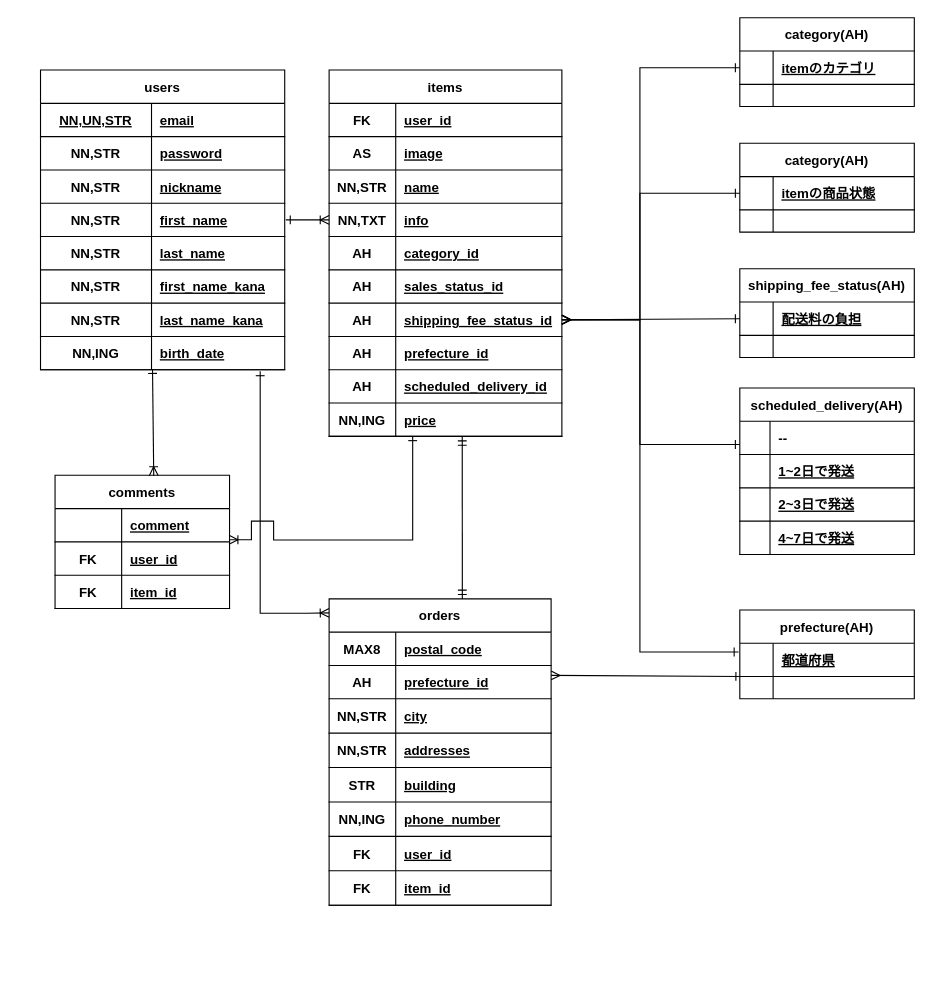
Earlier version of the draw.io diagram ER図.dio (cwarlen-dice/furima-35518). Source tidied: cells renumbered, new cells numbered last; positions are measured from the earlier drawing's top-left corner, leaving out a move shared by most shapes. Both pictures are drawn from the tidied source at 111%, with x=0, y=0 at pixel (40, 18).
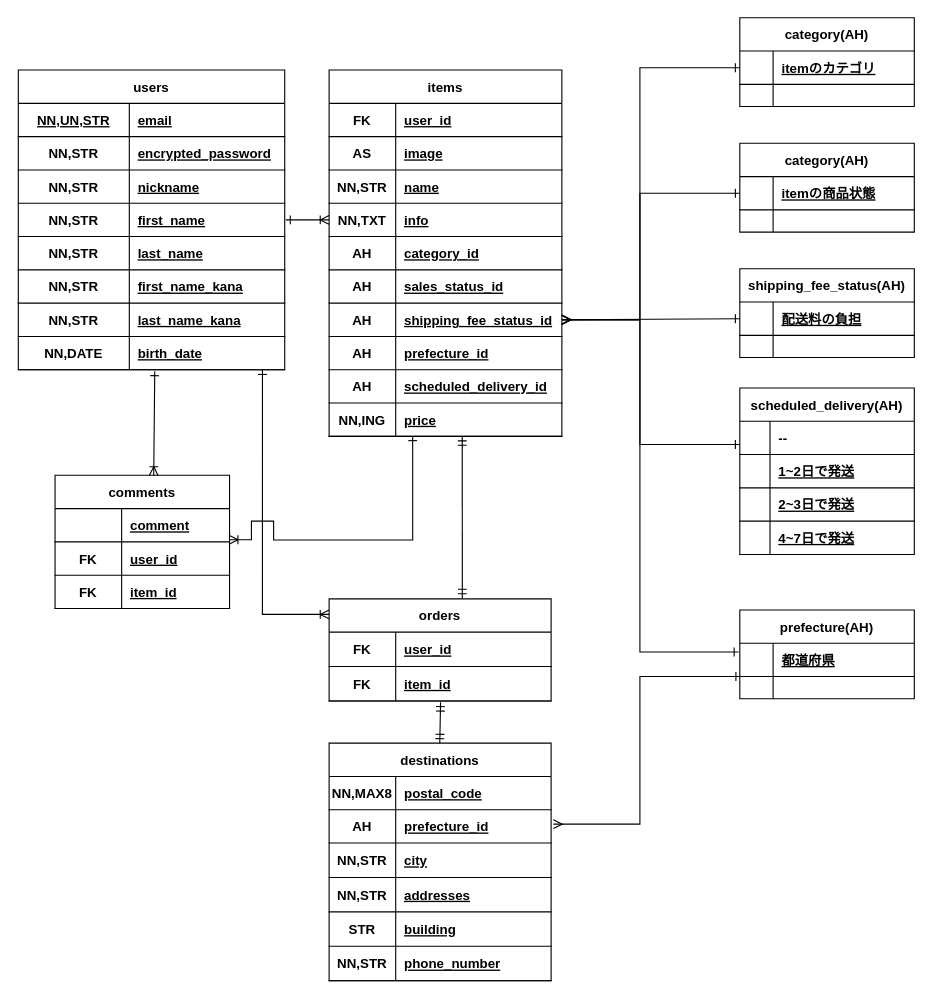
The same page after the edit.

Commit message (it also covers changes not shown here):
データベース設計、修正1

The change refers to these unchanged cells:
```xml
<mxCell id="77" style="shape=partialRectangle;fillColor=none;top=0;left=0;bottom=1;right=0;points=[[0,0.5],[1,0.5]];portConstraint=eastwest;" parent="76" vertex="1">
  <mxGeometry y="30" width="157.2" height="30" as="geometry" />
</mxCell>
```

Diff of the diagram source:
```diff
@@
     <mxCell id="2" value="users" style="shape=table;startSize=30;childLayout=tableLayout;rowLines=0;fontStyle=1;align=center;" parent="1" vertex="1">
-      <mxGeometry y="46.6" width="220" height="270" as="geometry" />
+      <mxGeometry x="-20" y="46.6" width="240" height="270" as="geometry" />
     </mxCell>
     <mxCell id="3" style="shape=partialRectangle;fillColor=none;top=0;left=0;bottom=1;right=0;perimeterSpacing=1;" parent="2" vertex="1">
-      <mxGeometry y="30" width="220" height="30" as="geometry" />
+      <mxGeometry y="30" width="240" height="30" as="geometry" />
     </mxCell>
@@
     <mxCell id="5" value="email" style="shape=partialRectangle;fillColor=none;top=0;left=0;bottom=0;right=0;align=left;spacingLeft=6;fontStyle=5;overflow=hidden;" parent="3" vertex="1">
-      <mxGeometry x="100" width="120" height="30" as="geometry" />
+      <mxGeometry x="100" width="140" height="30" as="geometry" />
     </mxCell>
     <mxCell id="6" style="shape=partialRectangle;fillColor=none;top=0;left=0;bottom=1;right=0;perimeterSpacing=1;" parent="2" vertex="1">
-      <mxGeometry y="60" width="220" height="30" as="geometry" />
+      <mxGeometry y="60" width="240" height="30" as="geometry" />
     </mxCell>
@@
-    <mxCell id="8" value="password" style="shape=partialRectangle;fillColor=none;top=0;left=0;bottom=0;right=0;align=left;spacingLeft=6;fontStyle=5;overflow=hidden;" parent="6" vertex="1">
-      <mxGeometry x="100" width="120" height="30" as="geometry" />
+    <mxCell id="8" value="encrypted_password" style="shape=partialRectangle;fillColor=none;top=0;left=0;bottom=0;right=0;align=left;spacingLeft=6;fontStyle=5;overflow=hidden;" parent="6" vertex="1">
+      <mxGeometry x="100" width="140" height="30" as="geometry" />
     </mxCell>
     <mxCell id="9" style="shape=partialRectangle;fillColor=none;top=0;left=0;bottom=1;right=0;perimeterSpacing=1;" parent="2" vertex="1">
-      <mxGeometry y="90" width="220" height="30" as="geometry" />
+      <mxGeometry y="90" width="240" height="30" as="geometry" />
     </mxCell>
@@
     <mxCell id="11" value="nickname" style="shape=partialRectangle;fillColor=none;top=0;left=0;bottom=0;right=0;align=left;spacingLeft=6;fontStyle=5;overflow=hidden;" parent="9" vertex="1">
-      <mxGeometry x="100" width="120" height="30" as="geometry" />
+      <mxGeometry x="100" width="140" height="30" as="geometry" />
     </mxCell>
     <mxCell id="12" style="shape=partialRectangle;fillColor=none;top=0;left=0;bottom=1;right=0;points=[[0,0.5],[1,0.5]];portConstraint=eastwest;perimeterSpacing=1;" parent="2" vertex="1">
-      <mxGeometry y="120" width="220" height="30" as="geometry" />
+      <mxGeometry y="120" width="240" height="30" as="geometry" />
     </mxCell>
@@
     <mxCell id="14" value="first_name" style="shape=partialRectangle;fillColor=none;top=0;left=0;bottom=0;right=0;align=left;spacingLeft=6;fontStyle=5;overflow=hidden;" parent="12" vertex="1">
-      <mxGeometry x="100" width="120" height="30" as="geometry" />
+      <mxGeometry x="100" width="140" height="30" as="geometry" />
     </mxCell>
     <mxCell id="15" style="shape=partialRectangle;fillColor=none;top=0;left=0;bottom=1;right=0;perimeterSpacing=1;" parent="2" vertex="1">
-      <mxGeometry y="150" width="220" height="30" as="geometry" />
+      <mxGeometry y="150" width="240" height="30" as="geometry" />
     </mxCell>
@@
     <mxCell id="17" value="last_name" style="shape=partialRectangle;fillColor=none;top=0;left=0;bottom=0;right=0;align=left;spacingLeft=6;fontStyle=5;overflow=hidden;" parent="15" vertex="1">
-      <mxGeometry x="100" width="120" height="30" as="geometry" />
+      <mxGeometry x="100" width="140" height="30" as="geometry" />
     </mxCell>
     <mxCell id="18" style="shape=partialRectangle;fillColor=none;top=0;left=0;bottom=1;right=0;perimeterSpacing=1;" parent="2" vertex="1">
-      <mxGeometry y="180" width="220" height="30" as="geometry" />
+      <mxGeometry y="180" width="240" height="30" as="geometry" />
     </mxCell>
@@
     <mxCell id="20" value="first_name_kana" style="shape=partialRectangle;fillColor=none;top=0;left=0;bottom=0;right=0;align=left;spacingLeft=6;fontStyle=5;overflow=hidden;" parent="18" vertex="1">
-      <mxGeometry x="100" width="120" height="30" as="geometry" />
+      <mxGeometry x="100" width="140" height="30" as="geometry" />
     </mxCell>
     <mxCell id="21" style="shape=partialRectangle;fillColor=none;top=0;left=0;bottom=1;right=0;perimeterSpacing=1;" parent="2" vertex="1">
-      <mxGeometry y="210" width="220" height="30" as="geometry" />
+      <mxGeometry y="210" width="240" height="30" as="geometry" />
     </mxCell>
@@
     <mxCell id="23" value="last_name_kana" style="shape=partialRectangle;fillColor=none;top=0;left=0;bottom=0;right=0;align=left;spacingLeft=6;fontStyle=5;overflow=hidden;" parent="21" vertex="1">
-      <mxGeometry x="100" width="120" height="30" as="geometry" />
+      <mxGeometry x="100" width="140" height="30" as="geometry" />
     </mxCell>
     <mxCell id="24" style="shape=partialRectangle;fillColor=none;top=0;left=0;bottom=1;right=0;points=[[0,0.5],[1,0.5]];portConstraint=eastwest;perimeterSpacing=1;" parent="2" vertex="1">
-      <mxGeometry y="240" width="220" height="30" as="geometry" />
+      <mxGeometry y="240" width="240" height="30" as="geometry" />
     </mxCell>
-    <mxCell id="25" value="NN,ING" style="shape=partialRectangle;fillColor=none;top=0;left=0;bottom=0;right=0;fontStyle=1;overflow=hidden;" parent="24" vertex="1">
+    <mxCell id="25" value="NN,DATE" style="shape=partialRectangle;fillColor=none;top=0;left=0;bottom=0;right=0;fontStyle=1;overflow=hidden;" parent="24" vertex="1">
       <mxGeometry width="100" height="30" as="geometry" />
     </mxCell>
     <mxCell id="26" value="birth_date" style="shape=partialRectangle;fillColor=none;top=0;left=0;bottom=0;right=0;align=left;spacingLeft=6;fontStyle=5;overflow=hidden;" parent="24" vertex="1">
-      <mxGeometry x="100" width="120" height="30" as="geometry" />
+      <mxGeometry x="100" width="140" height="30" as="geometry" />
     </mxCell>
@@
     <mxCell id="115" value="orders" style="shape=table;startSize=30;childLayout=tableLayout;rowLines=0;fontStyle=1;align=center;perimeterSpacing=1;" parent="1" vertex="1">
-      <mxGeometry x="260" y="523" width="200" height="276" as="geometry" />
+      <mxGeometry x="260" y="523" width="200" height="92" as="geometry" />
     </mxCell>
-    <mxCell id="116" style="shape=partialRectangle;fillColor=none;top=0;left=0;bottom=1;right=0;" parent="115" vertex="1">
-      <mxGeometry y="30" width="200" height="30" as="geometry" />
-    </mxCell>
-    <mxCell id="117" value="MAX8" style="shape=partialRectangle;fillColor=none;top=0;left=0;bottom=0;right=0;fontStyle=1;overflow=hidden;" parent="116" vertex="1">
-      <mxGeometry width="60" height="30" as="geometry" />
-    </mxCell>
-    <mxCell id="118" value="postal_code" style="shape=partialRectangle;fillColor=none;top=0;left=0;bottom=0;right=0;align=left;spacingLeft=6;fontStyle=5;overflow=hidden;" parent="116" vertex="1">
-      <mxGeometry x="60" width="140" height="30" as="geometry" />
-    </mxCell>
-    <mxCell id="119" style="shape=partialRectangle;fillColor=none;top=0;left=0;bottom=1;right=0;points=[[0,0.5],[1,0.5]];portConstraint=eastwest;" parent="115" vertex="1">
-      <mxGeometry y="60" width="200" height="30" as="geometry" />
-    </mxCell>
-    <mxCell id="120" value="AH" style="shape=partialRectangle;fillColor=none;top=0;left=0;bottom=0;right=0;fontStyle=1;overflow=hidden;" parent="119" vertex="1">
-      <mxGeometry width="60" height="30" as="geometry" />
-    </mxCell>
-    <mxCell id="121" value="prefecture_id" style="shape=partialRectangle;fillColor=none;top=0;left=0;bottom=0;right=0;align=left;spacingLeft=6;fontStyle=5;overflow=hidden;" parent="119" vertex="1">
-      <mxGeometry x="60" width="140" height="30" as="geometry" />
-    </mxCell>
-    <mxCell id="122" style="shape=partialRectangle;fillColor=none;top=0;left=0;bottom=1;right=0;" parent="115" vertex="1">
-      <mxGeometry y="90" width="200" height="31" as="geometry" />
-    </mxCell>
-    <mxCell id="123" value="NN,STR" style="shape=partialRectangle;fillColor=none;top=0;left=0;bottom=0;right=0;fontStyle=1;overflow=hidden;" parent="122" vertex="1">
-      <mxGeometry width="60" height="31" as="geometry" />
-    </mxCell>
-    <mxCell id="124" value="city" style="shape=partialRectangle;fillColor=none;top=0;left=0;bottom=0;right=0;align=left;spacingLeft=6;fontStyle=5;overflow=hidden;" parent="122" vertex="1">
-      <mxGeometry x="60" width="140" height="31" as="geometry" />
-    </mxCell>
-    <mxCell id="125" style="shape=partialRectangle;fillColor=none;top=0;left=0;bottom=1;right=0;" parent="115" vertex="1">
-      <mxGeometry y="121" width="200" height="31" as="geometry" />
-    </mxCell>
-    <mxCell id="126" value="NN,STR" style="shape=partialRectangle;fillColor=none;top=0;left=0;bottom=0;right=0;fontStyle=1;overflow=hidden;" parent="125" vertex="1">
-      <mxGeometry width="60" height="31" as="geometry" />
-    </mxCell>
-    <mxCell id="127" value="addresses" style="shape=partialRectangle;fillColor=none;top=0;left=0;bottom=0;right=0;align=left;spacingLeft=6;fontStyle=5;overflow=hidden;" parent="125" vertex="1">
-      <mxGeometry x="60" width="140" height="31" as="geometry" />
-    </mxCell>
-    <mxCell id="128" style="shape=partialRectangle;fillColor=none;top=0;left=0;bottom=1;right=0;" parent="115" vertex="1">
-      <mxGeometry y="152" width="200" height="31" as="geometry" />
-    </mxCell>
-    <mxCell id="129" value="STR" style="shape=partialRectangle;fillColor=none;top=0;left=0;bottom=0;right=0;fontStyle=1;overflow=hidden;" parent="128" vertex="1">
-      <mxGeometry width="60" height="31" as="geometry" />
-    </mxCell>
-    <mxCell id="130" value="building" style="shape=partialRectangle;fillColor=none;top=0;left=0;bottom=0;right=0;align=left;spacingLeft=6;fontStyle=5;overflow=hidden;" parent="128" vertex="1">
-      <mxGeometry x="60" width="140" height="31" as="geometry" />
-    </mxCell>
-    <mxCell id="131" style="shape=partialRectangle;fillColor=none;top=0;left=0;bottom=1;right=0;" parent="115" vertex="1">
-      <mxGeometry y="183" width="200" height="31" as="geometry" />
-    </mxCell>
-    <mxCell id="132" value="NN,ING" style="shape=partialRectangle;fillColor=none;top=0;left=0;bottom=0;right=0;fontStyle=1;overflow=hidden;" parent="131" vertex="1">
-      <mxGeometry width="60" height="31" as="geometry" />
-    </mxCell>
-    <mxCell id="133" value="phone_number" style="shape=partialRectangle;fillColor=none;top=0;left=0;bottom=0;right=0;align=left;spacingLeft=6;fontStyle=5;overflow=hidden;" parent="131" vertex="1">
-      <mxGeometry x="60" width="140" height="31" as="geometry" />
-    </mxCell>
     <mxCell id="134" style="shape=partialRectangle;fillColor=none;top=0;left=0;bottom=1;right=0;" parent="115" vertex="1">
-      <mxGeometry y="214" width="200" height="31" as="geometry" />
+      <mxGeometry y="30" width="200" height="31" as="geometry" />
     </mxCell>
@@
     <mxCell id="137" style="shape=partialRectangle;fillColor=none;top=0;left=0;bottom=1;right=0;points=[[0,0.5],[1,0.5]];portConstraint=eastwest;" parent="115" vertex="1">
-      <mxGeometry y="245" width="200" height="31" as="geometry" />
+      <mxGeometry y="61" width="200" height="31" as="geometry" />
     </mxCell>
@@
-    <mxCell id="140" style="fontSize=12;html=1;endArrow=ERone;startArrow=ERmany;rounded=0;exitX=1;exitY=0.299;exitDx=0;exitDy=0;exitPerimeter=0;entryX=0.003;entryY=0.997;entryDx=0;entryDy=0;entryPerimeter=0;startFill=0;endFill=0;" parent="1" edge="1" source="119" target="77">
-      <mxGeometry x="40" y="182.9" as="geometry" />
+    <mxCell id="140" style="fontSize=12;html=1;endArrow=ERone;startArrow=ERmany;rounded=0;entryX=0.003;entryY=0.997;entryDx=0;entryDy=0;entryPerimeter=0;startFill=0;endFill=0;exitX=1.01;exitY=0.433;exitDx=0;exitDy=0;exitPerimeter=0;edgeStyle=orthogonalEdgeStyle;" parent="1" edge="1" source="119" target="77">
+      <mxGeometry x="40" y="182.9" as="geometry">
+        <Array as="points">
+          <mxPoint x="540" y="726" />
+          <mxPoint x="540" y="593" />
+        </Array>
+      </mxGeometry>
     </mxCell>
-    <mxCell id="141" style="fontSize=12;html=1;endArrow=ERoneToMany;exitX=0.459;exitY=0.949;exitDx=0;exitDy=0;exitPerimeter=0;rounded=0;startArrow=ERone;startFill=0;" parent="1" edge="1" source="24">
+    <mxCell id="141" style="fontSize=12;html=1;endArrow=ERoneToMany;rounded=0;startArrow=ERone;startFill=0;exitX=0.512;exitY=1.012;exitDx=0;exitDy=0;exitPerimeter=0;" parent="1" edge="1" source="24">
       <mxGeometry x="30" y="60" as="geometry">
         <mxPoint x="102" y="412" as="targetPoint" />
       </mxGeometry>
     </mxCell>
@@
-    <mxCell id="143" style="fontSize=12;html=1;endArrow=ERoneToMany;exitX=0.896;exitY=1.012;exitDx=0;exitDy=0;exitPerimeter=0;rounded=0;edgeStyle=orthogonalEdgeStyle;entryX=0.005;entryY=0.049;entryDx=0;entryDy=0;entryPerimeter=0;startArrow=ERone;startFill=0;" parent="1" edge="1" source="24" target="115">
+    <mxCell id="143" style="fontSize=12;html=1;endArrow=ERoneToMany;rounded=0;edgeStyle=orthogonalEdgeStyle;startArrow=ERone;startFill=0;exitX=0.913;exitY=0.976;exitDx=0;exitDy=0;exitPerimeter=0;entryX=0.005;entryY=0.16;entryDx=0;entryDy=0;entryPerimeter=0;" parent="1" edge="1" source="24" target="115">
       <mxGeometry x="40" y="70" as="geometry">
         <Array as="points">
-          <mxPoint x="198" y="536" />
-          <mxPoint x="240" y="536" />
+          <mxPoint x="200" y="537" />
         </Array>
       </mxGeometry>
     </mxCell>
@@
+    <mxCell id="145" value="destinations" style="shape=table;startSize=30;childLayout=tableLayout;rowLines=0;fontStyle=1;align=center;perimeterSpacing=1;" parent="1" vertex="1">
+      <mxGeometry x="260" y="653" width="200" height="214" as="geometry" />
+    </mxCell>
+    <mxCell id="116" style="shape=partialRectangle;fillColor=none;top=0;left=0;bottom=1;right=0;" parent="145" vertex="1">
+      <mxGeometry y="30" width="200" height="30" as="geometry" />
+    </mxCell>
+    <mxCell id="146" value="NN,MAX8" style="shape=partialRectangle;fillColor=none;top=0;left=0;bottom=0;right=0;fontStyle=1;overflow=hidden;" parent="116" vertex="1">
+      <mxGeometry width="60" height="30" as="geometry" />
+    </mxCell>
+    <mxCell id="118" value="postal_code" style="shape=partialRectangle;fillColor=none;top=0;left=0;bottom=0;right=0;align=left;spacingLeft=6;fontStyle=5;overflow=hidden;" parent="116" vertex="1">
+      <mxGeometry x="60" width="140" height="30" as="geometry" />
+    </mxCell>
+    <mxCell id="119" style="shape=partialRectangle;fillColor=none;top=0;left=0;bottom=1;right=0;points=[[0,0.5],[1,0.5]];portConstraint=eastwest;" parent="145" vertex="1">
+      <mxGeometry y="60" width="200" height="30" as="geometry" />
+    </mxCell>
+    <mxCell id="120" value="AH" style="shape=partialRectangle;fillColor=none;top=0;left=0;bottom=0;right=0;fontStyle=1;overflow=hidden;" parent="119" vertex="1">
+      <mxGeometry width="60" height="30" as="geometry" />
+    </mxCell>
+    <mxCell id="121" value="prefecture_id" style="shape=partialRectangle;fillColor=none;top=0;left=0;bottom=0;right=0;align=left;spacingLeft=6;fontStyle=5;overflow=hidden;" parent="119" vertex="1">
+      <mxGeometry x="60" width="140" height="30" as="geometry" />
+    </mxCell>
+    <mxCell id="122" style="shape=partialRectangle;fillColor=none;top=0;left=0;bottom=1;right=0;" parent="145" vertex="1">
+      <mxGeometry y="90" width="200" height="31" as="geometry" />
+    </mxCell>
+    <mxCell id="147" value="NN,STR" style="shape=partialRectangle;fillColor=none;top=0;left=0;bottom=0;right=0;fontStyle=1;overflow=hidden;" parent="122" vertex="1">
+      <mxGeometry width="60" height="31" as="geometry" />
+    </mxCell>
+    <mxCell id="124" value="city" style="shape=partialRectangle;fillColor=none;top=0;left=0;bottom=0;right=0;align=left;spacingLeft=6;fontStyle=5;overflow=hidden;" parent="122" vertex="1">
+      <mxGeometry x="60" width="140" height="31" as="geometry" />
+    </mxCell>
+    <mxCell id="125" style="shape=partialRectangle;fillColor=none;top=0;left=0;bottom=1;right=0;" parent="145" vertex="1">
+      <mxGeometry y="121" width="200" height="31" as="geometry" />
+    </mxCell>
+    <mxCell id="148" value="NN,STR" style="shape=partialRectangle;fillColor=none;top=0;left=0;bottom=0;right=0;fontStyle=1;overflow=hidden;" parent="125" vertex="1">
+      <mxGeometry width="60" height="31" as="geometry" />
+    </mxCell>
+    <mxCell id="127" value="addresses" style="shape=partialRectangle;fillColor=none;top=0;left=0;bottom=0;right=0;align=left;spacingLeft=6;fontStyle=5;overflow=hidden;" parent="125" vertex="1">
+      <mxGeometry x="60" width="140" height="31" as="geometry" />
+    </mxCell>
+    <mxCell id="128" style="shape=partialRectangle;fillColor=none;top=0;left=0;bottom=1;right=0;" parent="145" vertex="1">
+      <mxGeometry y="152" width="200" height="31" as="geometry" />
+    </mxCell>
+    <mxCell id="129" value="STR" style="shape=partialRectangle;fillColor=none;top=0;left=0;bottom=0;right=0;fontStyle=1;overflow=hidden;" parent="128" vertex="1">
+      <mxGeometry width="60" height="31" as="geometry" />
+    </mxCell>
+    <mxCell id="130" value="building" style="shape=partialRectangle;fillColor=none;top=0;left=0;bottom=0;right=0;align=left;spacingLeft=6;fontStyle=5;overflow=hidden;" parent="128" vertex="1">
+      <mxGeometry x="60" width="140" height="31" as="geometry" />
+    </mxCell>
+    <mxCell id="131" style="shape=partialRectangle;fillColor=none;top=0;left=0;bottom=1;right=0;" parent="145" vertex="1">
+      <mxGeometry y="183" width="200" height="31" as="geometry" />
+    </mxCell>
+    <mxCell id="149" value="NN,STR" style="shape=partialRectangle;fillColor=none;top=0;left=0;bottom=0;right=0;fontStyle=1;overflow=hidden;" parent="131" vertex="1">
+      <mxGeometry width="60" height="31" as="geometry" />
+    </mxCell>
+    <mxCell id="133" value="phone_number" style="shape=partialRectangle;fillColor=none;top=0;left=0;bottom=0;right=0;align=left;spacingLeft=6;fontStyle=5;overflow=hidden;" parent="131" vertex="1">
+      <mxGeometry x="60" width="140" height="31" as="geometry" />
+    </mxCell>
+    <mxCell id="150" style="fontSize=12;html=1;endArrow=ERmandOne;startArrow=ERmandOne;rounded=0;exitX=0.502;exitY=1.036;exitDx=0;exitDy=0;exitPerimeter=0;" parent="1" edge="1" source="137">
+      <mxGeometry x="19.7" y="313.9" as="geometry">
+        <mxPoint x="359.7" y="653" as="targetPoint" />
+      </mxGeometry>
+    </mxCell>
```
